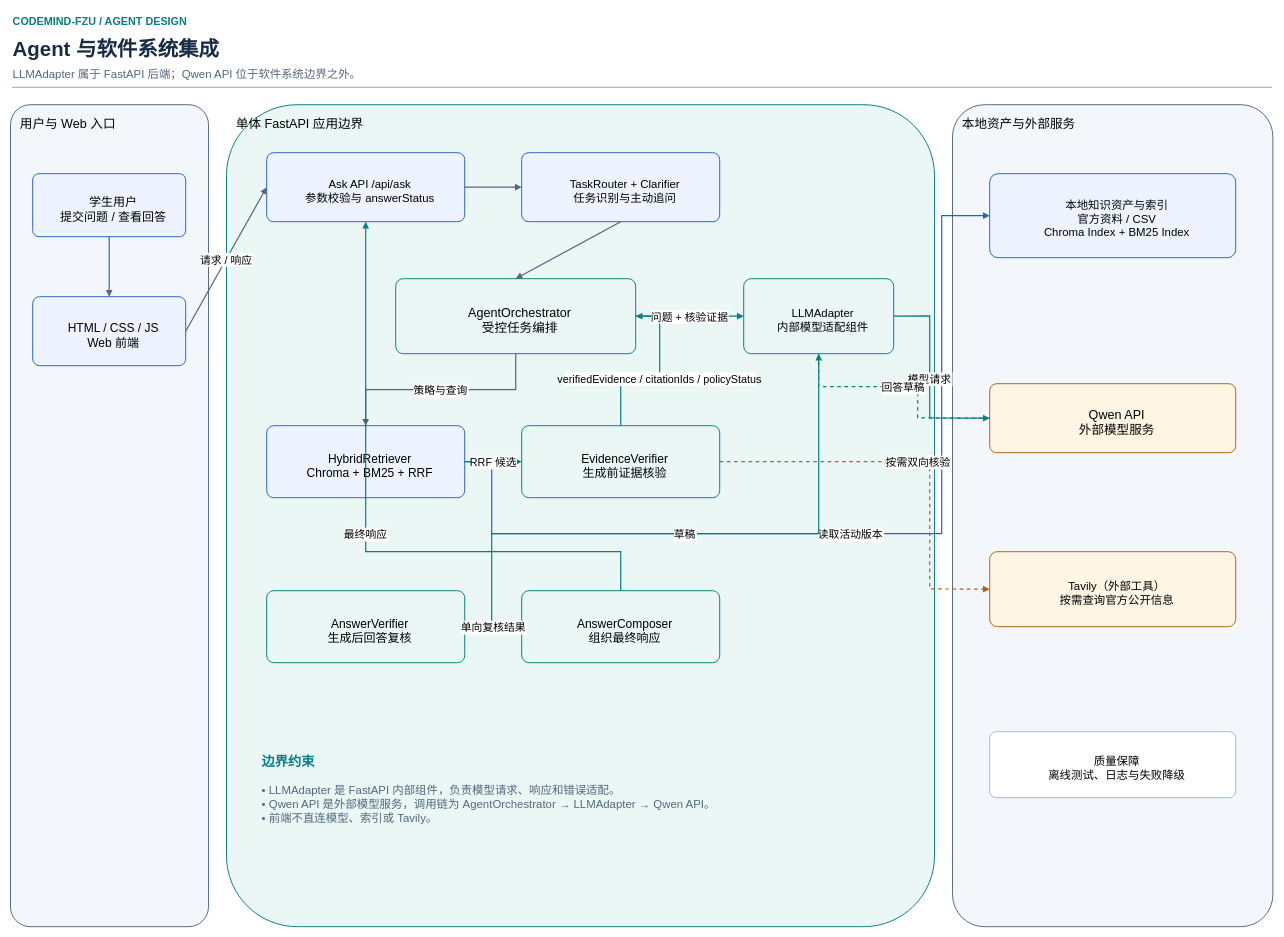
Before: docs/assignment-02/system-design/diagrams/agent-flow/Agent系统集成图_吴诗莹_v1.drawio in yz-Yezi-Genm/CodeMind-FZU, a draw.io diagram. Source tidied: cells renumbered, new cells numbered last; positions are measured from the earlier drawing's top-left corner, leaving out a move shared by most shapes. Both pictures are drawn from the tidied source at 60%, with x=0, y=0 at pixel (10, 10).
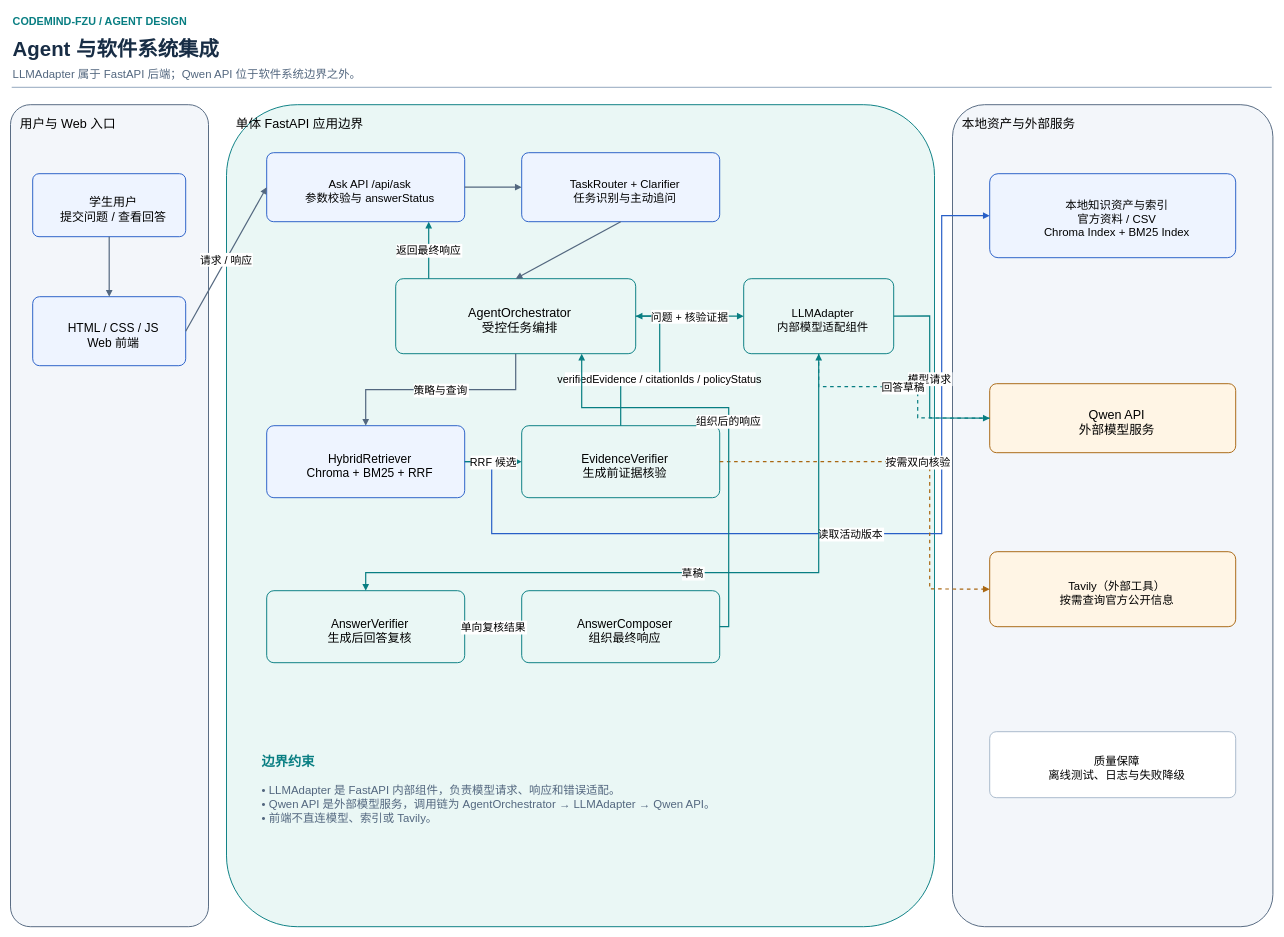
The same diagram, later.

Commit message (it also covers changes not shown here):
docs: fix final response routing in integration diagram

The edit, as a diff of the source:
```diff
@@
     <mxCell id="35" value="草稿" style="edgeStyle=none;rounded=0;html=0;strokeColor=#087E82;strokeWidth=2;endArrow=block;endFill=1;dashed=0;fontFamily=Microsoft YaHei;fontSize=18;labelBackgroundColor=#FFFFFF;" parent="1" edge="1">
       <mxGeometry relative="1" as="geometry">
         <mxPoint x="1347" y="572" as="sourcePoint" />
-        <mxPoint x="757" y="1027" as="targetPoint" />
+        <mxPoint x="592" y="967" as="targetPoint" />
         <Array as="points">
-          <mxPoint x="1347" y="872" />
-          <mxPoint x="802" y="872" />
-          <mxPoint x="802" y="1027" />
+          <mxPoint x="1347" y="937" />
+          <mxPoint x="592" y="937" />
         </Array>
       </mxGeometry>
     </mxCell>
@@
-    <mxCell id="37" value="最终响应" style="edgeStyle=none;rounded=0;html=0;strokeColor=#087E82;strokeWidth=2;endArrow=block;endFill=1;dashed=0;fontFamily=Microsoft YaHei;fontSize=18;labelBackgroundColor=#FFFFFF;" parent="1" edge="1">
+    <mxCell id="37" value="组织后的响应" style="edgeStyle=none;rounded=0;html=0;strokeColor=#087E82;strokeWidth=2;startArrow=none;endArrow=block;endFill=1;dashed=0;fontFamily=Microsoft YaHei;fontSize=18;labelBackgroundColor=#FFFFFF;" parent="1" edge="1">
       <mxGeometry relative="1" as="geometry">
-        <mxPoint x="1017" y="967" as="sourcePoint" />
-        <mxPoint x="592" y="352" as="targetPoint" />
+        <mxPoint x="1182" y="1027" as="sourcePoint" />
+        <mxPoint x="952" y="572" as="targetPoint" />
         <Array as="points">
-          <mxPoint x="1017" y="902" />
-          <mxPoint x="592" y="902" />
+          <mxPoint x="1197" y="1027" />
+          <mxPoint x="1197" y="662" />
+          <mxPoint x="952" y="662" />
         </Array>
       </mxGeometry>
     </mxCell>
+    <mxCell id="40" value="返回最终响应" style="edgeStyle=none;rounded=0;html=0;strokeColor=#087E82;strokeWidth=2;startArrow=none;endArrow=block;endFill=1;dashed=0;fontFamily=Microsoft YaHei;fontSize=18;labelBackgroundColor=#FFFFFF;" parent="1" edge="1">
+      <mxGeometry relative="1" as="geometry">
+        <mxPoint x="697" y="447" as="sourcePoint" />
+        <mxPoint x="697" y="352" as="targetPoint" />
+      </mxGeometry>
+    </mxCell>
```
